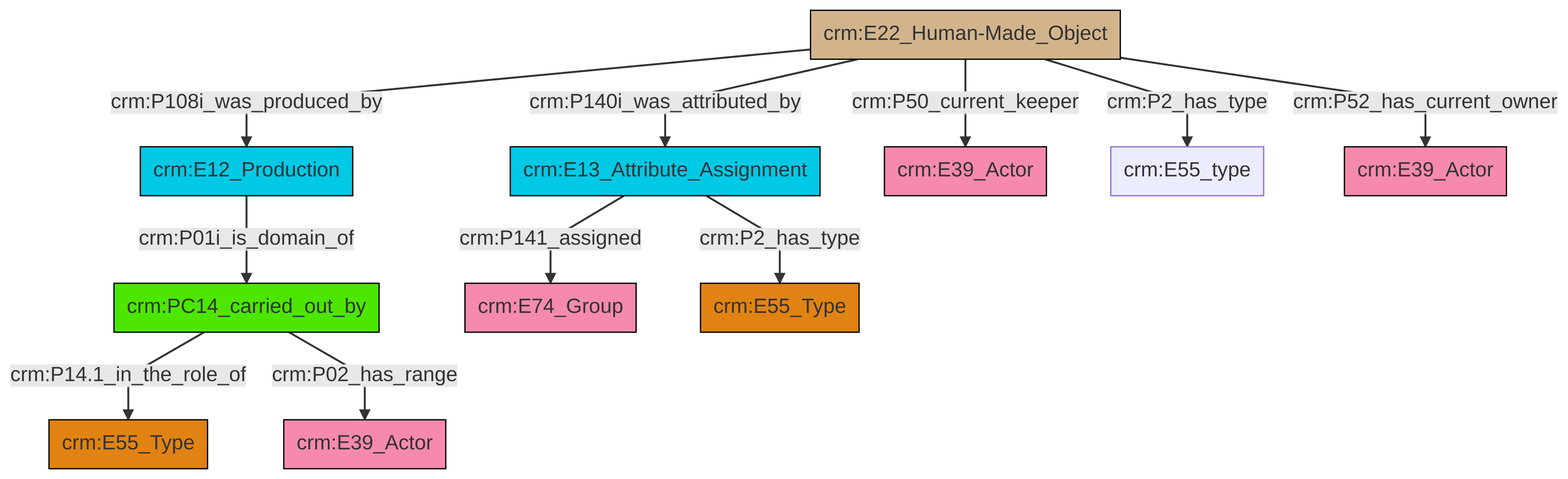
This is et/artworkCSV/ttl/mmd/png/Artwork_Actor_Relations.png from swiss-art-research-net/docs.swissartresearch, a Mermaid export, as it was before one commit. Its source is kept beside it as et/artworkCSV/ttl/mmd/Artwork_Actor_Relations.ttl.mmd.
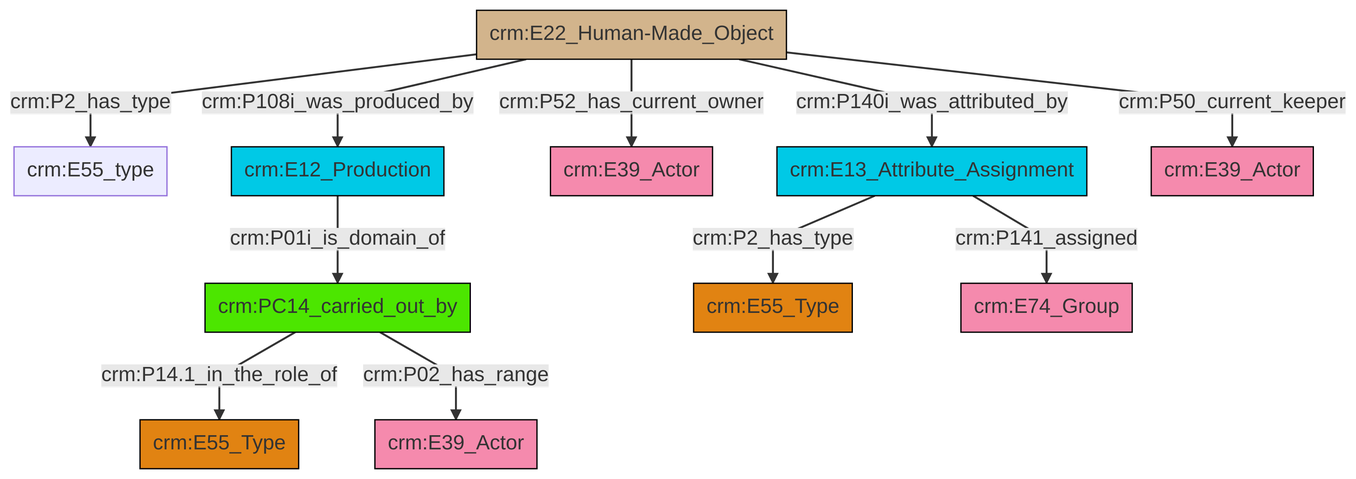
Later version of the same file.

What changed in the source:
```diff
@@ -13,13 +13,13 @@
 classDef PC_Classes fill:#4ce600, stroke:#000000;
 classDef Multi fill:#cccccc,stroke:#000000;
 
-0["crm:E12_Production"]:::Temporal_Entity -->|crm:P01i_is_domain_of| 1["crm:PC14_carried_out_by"]:::PC_Classes
-2["crm:E13_Attribute_Assignment"]:::Temporal_Entity -->|crm:P141_assigned| 3["crm:E74_Group"]:::Actor
-4["crm:E22_Human-Made_Object"]:::Physical_Thing -->|crm:P108i_was_produced_by| 0["crm:E12_Production"]:::Temporal_Entity
-4["crm:E22_Human-Made_Object"]:::Physical_Thing -->|crm:P50_current_keeper| 5["crm:E39_Actor"]:::Actor
-2["crm:E13_Attribute_Assignment"]:::Temporal_Entity -->|crm:P2_has_type| 11["crm:E55_Type"]:::Type
-1["crm:PC14_carried_out_by"]:::PC_Classes -->|crm:P14.1_in_the_role_of| 8["crm:E55_Type"]:::Type
-4["crm:E22_Human-Made_Object"]:::Physical_Thing -->|crm:P52_has_current_owner| 18["crm:E39_Actor"]:::Actor
-4["crm:E22_Human-Made_Object"]:::Physical_Thing -->|crm:P2_has_type| 14["crm:E55_type"]:::Default
-1["crm:PC14_carried_out_by"]:::PC_Classes -->|crm:P02_has_range| 16["crm:E39_Actor"]:::Actor
-4["crm:E22_Human-Made_Object"]:::Physical_Thing -->|crm:P140i_was_attributed_by| 2["crm:E13_Attribute_Assignment"]:::Temporal_Entity
+0["crm:E22_Human-Made_Object"]:::Physical_Thing -->|crm:P2_has_type| 1["crm:E55_type"]:::Default
+2["crm:E12_Production"]:::Temporal_Entity -->|crm:P01i_is_domain_of| 3["crm:PC14_carried_out_by"]:::PC_Classes
+0["crm:E22_Human-Made_Object"]:::Physical_Thing -->|crm:P52_has_current_owner| 5["crm:E39_Actor"]:::Actor
+0["crm:E22_Human-Made_Object"]:::Physical_Thing -->|crm:P108i_was_produced_by| 2["crm:E12_Production"]:::Temporal_Entity
+3["crm:PC14_carried_out_by"]:::PC_Classes -->|crm:P14.1_in_the_role_of| 11["crm:E55_Type"]:::Type
+9["crm:E13_Attribute_Assignment"]:::Temporal_Entity -->|crm:P141_assigned| 13["crm:E74_Group"]:::Actor
+0["crm:E22_Human-Made_Object"]:::Physical_Thing -->|crm:P140i_was_attributed_by| 9["crm:E13_Attribute_Assignment"]:::Temporal_Entity
+9["crm:E13_Attribute_Assignment"]:::Temporal_Entity -->|crm:P2_has_type| 6["crm:E55_Type"]:::Type
+0["crm:E22_Human-Made_Object"]:::Physical_Thing -->|crm:P50_current_keeper| 18["crm:E39_Actor"]:::Actor
+3["crm:PC14_carried_out_by"]:::PC_Classes -->|crm:P02_has_range| 16["crm:E39_Actor"]:::Actor
```
